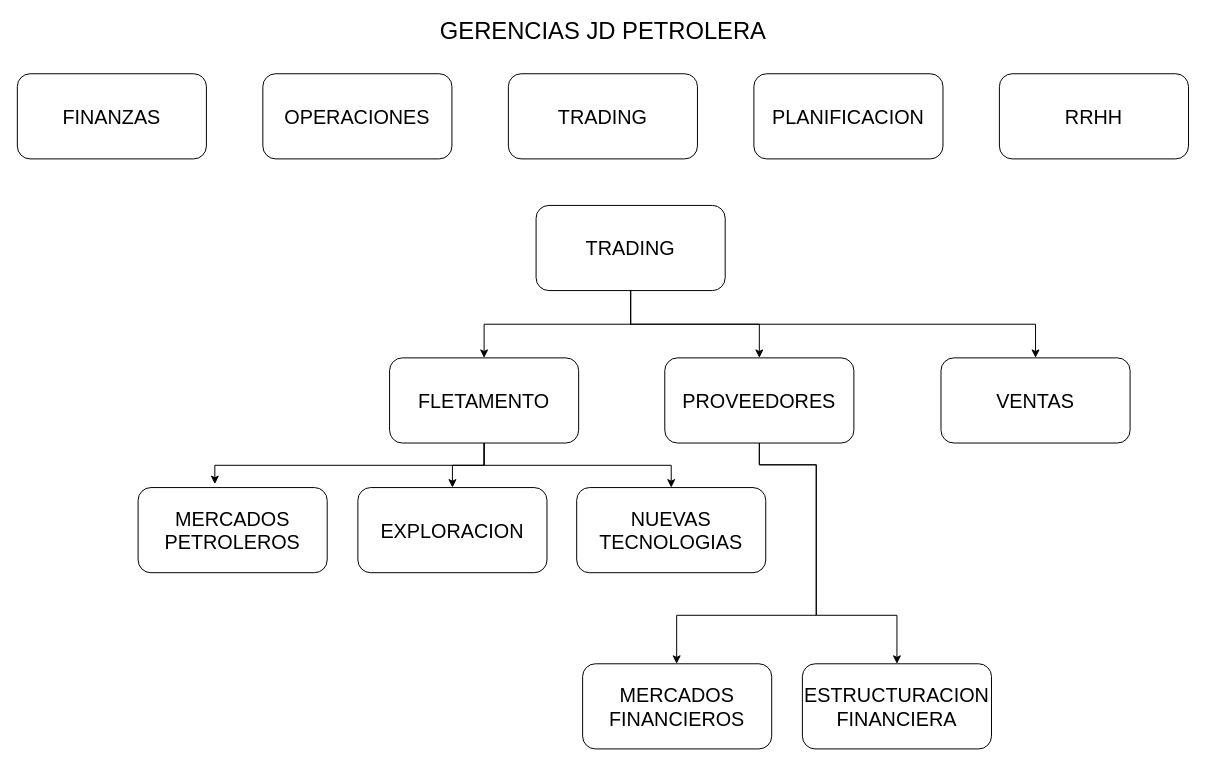
Earlier version of the draw.io diagram page "TRADING" (5 of 6) of estructura_jd_petrolera.drawio (joselara112/diagrams). Source tidied: cells renumbered, new cells numbered last; positions are measured from the earlier drawing's top-left corner, leaving out a move shared by most shapes. Both pictures are drawn from the tidied source at 99%, with x=0, y=0 at pixel (17, 21).
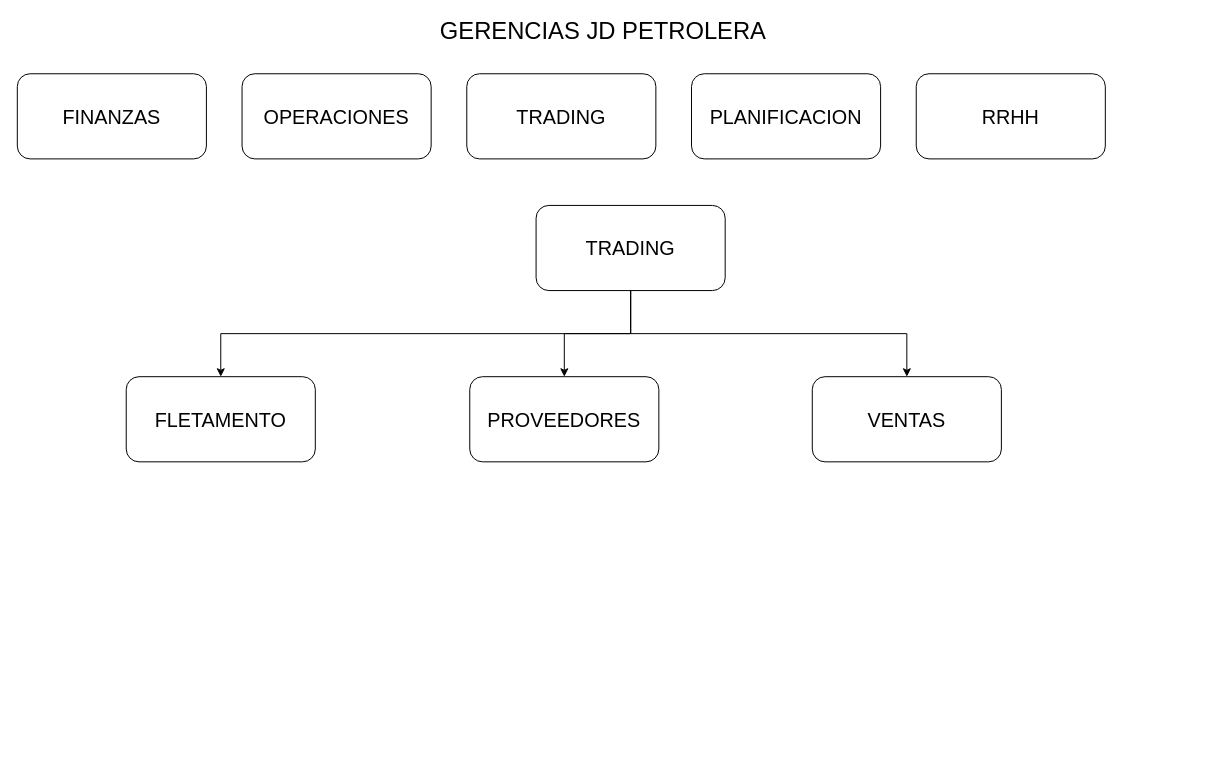
After the change.

The edit, as a diff of the source:
```diff
@@
-    <mxCell id="2" value="&lt;font style=&quot;font-size: 20px&quot;&gt;OPERACIONES&lt;/font&gt;" style="rounded=1;whiteSpace=wrap;html=1;" parent="1" vertex="1">
-      <mxGeometry x="248" y="53" width="191" height="86" as="geometry" />
-    </mxCell>
@@
+    <mxCell id="10" value="&lt;font style=&quot;font-size: 24px&quot;&gt;GERENCIAS JD PETROLERA&lt;/font&gt;" style="text;html=1;strokeColor=none;fillColor=none;align=center;verticalAlign=middle;whiteSpace=wrap;rounded=0;" parent="1" vertex="1">
+      <mxGeometry x="422.8" width="337.5" height="20" as="geometry" />
+    </mxCell>
+    <mxCell id="14" value="&lt;font style=&quot;font-size: 20px&quot;&gt;FLETAMENTO&lt;/font&gt;" style="rounded=1;whiteSpace=wrap;html=1;" parent="1" vertex="1">
+      <mxGeometry x="110" y="359" width="191" height="86" as="geometry" />
+    </mxCell>
+    <mxCell id="15" value="&lt;font style=&quot;font-size: 20px&quot;&gt;VENTAS&lt;/font&gt;" style="rounded=1;whiteSpace=wrap;html=1;" parent="1" vertex="1">
+      <mxGeometry x="803" y="359" width="191" height="86" as="geometry" />
+    </mxCell>
+    <mxCell id="19" value="&lt;span style=&quot;font-size: 20px&quot;&gt;PROVEEDORES&lt;/span&gt;" style="rounded=1;whiteSpace=wrap;html=1;" parent="1" vertex="1">
+      <mxGeometry x="457" y="359" width="191" height="86" as="geometry" />
+    </mxCell>
+    <mxCell id="2" value="&lt;font style=&quot;font-size: 20px&quot;&gt;OPERACIONES&lt;/font&gt;" style="rounded=1;whiteSpace=wrap;html=1;" parent="1" vertex="1">
+      <mxGeometry x="227" y="53" width="191" height="86" as="geometry" />
+    </mxCell>
+    <mxCell id="16" value="&lt;font style=&quot;font-size: 20px&quot;&gt;FINANZAS&lt;/font&gt;" style="rounded=1;whiteSpace=wrap;html=1;" parent="1" vertex="1">
+      <mxGeometry y="53" width="191" height="86" as="geometry" />
+    </mxCell>
     <mxCell id="7" value="&lt;font style=&quot;font-size: 20px&quot;&gt;TRADING&lt;/font&gt;" style="rounded=1;whiteSpace=wrap;html=1;" parent="1" vertex="1">
-      <mxGeometry x="496" y="53" width="191" height="86" as="geometry" />
+      <mxGeometry x="454" y="53" width="191" height="86" as="geometry" />
     </mxCell>
     <mxCell id="8" value="&lt;font style=&quot;font-size: 20px&quot;&gt;PLANIFICACION&lt;/font&gt;" style="rounded=1;whiteSpace=wrap;html=1;" parent="1" vertex="1">
-      <mxGeometry x="744" y="53" width="191" height="86" as="geometry" />
+      <mxGeometry x="681" y="53" width="191" height="86" as="geometry" />
     </mxCell>
     <mxCell id="9" value="&lt;font style=&quot;font-size: 20px&quot;&gt;RRHH&lt;/font&gt;" style="rounded=1;whiteSpace=wrap;html=1;" parent="1" vertex="1">
-      <mxGeometry x="992" y="53" width="191" height="86" as="geometry" />
+      <mxGeometry x="908" y="53" width="191" height="86" as="geometry" />
     </mxCell>
-    <mxCell id="10" value="&lt;font style=&quot;font-size: 24px&quot;&gt;GERENCIAS JD PETROLERA&lt;/font&gt;" style="text;html=1;strokeColor=none;fillColor=none;align=center;verticalAlign=middle;whiteSpace=wrap;rounded=0;" parent="1" vertex="1">
-      <mxGeometry x="422.8" width="337.5" height="20" as="geometry" />
-    </mxCell>
-    <mxCell id="11" style="edgeStyle=orthogonalEdgeStyle;rounded=0;jettySize=auto;html=1;exitX=0.5;exitY=1;exitDx=0;exitDy=0;entryX=0.5;entryY=0;entryDx=0;entryDy=0;" parent="1" edge="1" source="14" target="21">
-      <mxGeometry relative="1" as="geometry" />
-    </mxCell>
-    <mxCell id="12" style="edgeStyle=orthogonalEdgeStyle;rounded=0;jettySize=auto;html=1;exitX=0.5;exitY=1;exitDx=0;exitDy=0;entryX=0.406;entryY=-0.041;entryDx=0;entryDy=0;entryPerimeter=0;" parent="1" edge="1" source="14" target="22">
-      <mxGeometry relative="1" as="geometry" />
-    </mxCell>
-    <mxCell id="13" style="edgeStyle=orthogonalEdgeStyle;rounded=0;jettySize=auto;html=1;exitX=0.5;exitY=1;exitDx=0;exitDy=0;entryX=0.5;entryY=0;entryDx=0;entryDy=0;" parent="1" edge="1" source="14" target="20">
-      <mxGeometry relative="1" as="geometry" />
-    </mxCell>
-    <mxCell id="14" value="&lt;font style=&quot;font-size: 20px&quot;&gt;FLETAMENTO&lt;/font&gt;" style="rounded=1;whiteSpace=wrap;html=1;" parent="1" vertex="1">
-      <mxGeometry x="376" y="340" width="191" height="86" as="geometry" />
-    </mxCell>
-    <mxCell id="15" value="&lt;font style=&quot;font-size: 20px&quot;&gt;VENTAS&lt;/font&gt;" style="rounded=1;whiteSpace=wrap;html=1;" parent="1" vertex="1">
-      <mxGeometry x="933" y="340" width="191" height="86" as="geometry" />
-    </mxCell>
-    <mxCell id="16" value="&lt;font style=&quot;font-size: 20px&quot;&gt;FINANZAS&lt;/font&gt;" style="rounded=1;whiteSpace=wrap;html=1;" parent="1" vertex="1">
-      <mxGeometry y="53" width="191" height="86" as="geometry" />
-    </mxCell>
-    <mxCell id="17" style="edgeStyle=orthogonalEdgeStyle;rounded=0;jettySize=auto;html=1;exitX=0.5;exitY=1;exitDx=0;exitDy=0;entryX=0.5;entryY=0;entryDx=0;entryDy=0;" parent="1" edge="1" source="19" target="24">
-      <mxGeometry relative="1" as="geometry">
-        <Array as="points">
-          <mxPoint x="750" y="448" />
-          <mxPoint x="807" y="448" />
-          <mxPoint x="807" y="600" />
-          <mxPoint x="888" y="600" />
-        </Array>
-      </mxGeometry>
-    </mxCell>
-    <mxCell id="18" style="edgeStyle=orthogonalEdgeStyle;rounded=0;jettySize=auto;html=1;exitX=0.5;exitY=1;exitDx=0;exitDy=0;" parent="1" edge="1" source="19" target="23">
-      <mxGeometry relative="1" as="geometry">
-        <Array as="points">
-          <mxPoint x="750" y="448" />
-          <mxPoint x="807" y="448" />
-          <mxPoint x="807" y="600" />
-          <mxPoint x="666" y="600" />
-        </Array>
-      </mxGeometry>
-    </mxCell>
-    <mxCell id="19" value="&lt;span style=&quot;font-size: 20px&quot;&gt;PROVEEDORES&lt;/span&gt;" style="rounded=1;whiteSpace=wrap;html=1;" parent="1" vertex="1">
-      <mxGeometry x="654" y="340" width="191" height="86" as="geometry" />
-    </mxCell>
-    <mxCell id="20" value="&lt;font style=&quot;font-size: 20px&quot;&gt;NUEVAS TECNOLOGIAS&lt;/font&gt;" style="rounded=1;whiteSpace=wrap;html=1;" parent="1" vertex="1">
-      <mxGeometry x="565" y="471" width="191" height="86" as="geometry" />
-    </mxCell>
-    <mxCell id="21" value="&lt;font style=&quot;font-size: 20px&quot;&gt;EXPLORACION&lt;/font&gt;" style="rounded=1;whiteSpace=wrap;html=1;" parent="1" vertex="1">
-      <mxGeometry x="344" y="471" width="191" height="86" as="geometry" />
-    </mxCell>
-    <mxCell id="22" value="&lt;font style=&quot;font-size: 20px&quot;&gt;MERCADOS PETROLEROS&lt;/font&gt;" style="rounded=1;whiteSpace=wrap;html=1;" parent="1" vertex="1">
-      <mxGeometry x="122" y="471" width="191" height="86" as="geometry" />
-    </mxCell>
-    <mxCell id="23" value="&lt;span style=&quot;font-size: 20px&quot;&gt;MERCADOS FINANCIEROS&lt;/span&gt;" style="rounded=1;whiteSpace=wrap;html=1;" parent="1" vertex="1">
-      <mxGeometry x="571" y="649" width="191" height="86" as="geometry" />
-    </mxCell>
-    <mxCell id="24" value="&lt;span style=&quot;font-size: 20px&quot;&gt;ESTRUCTURACION FINANCIERA&lt;/span&gt;" style="rounded=1;whiteSpace=wrap;html=1;" parent="1" vertex="1">
-      <mxGeometry x="793" y="649" width="191" height="86" as="geometry" />
-    </mxCell>
```
